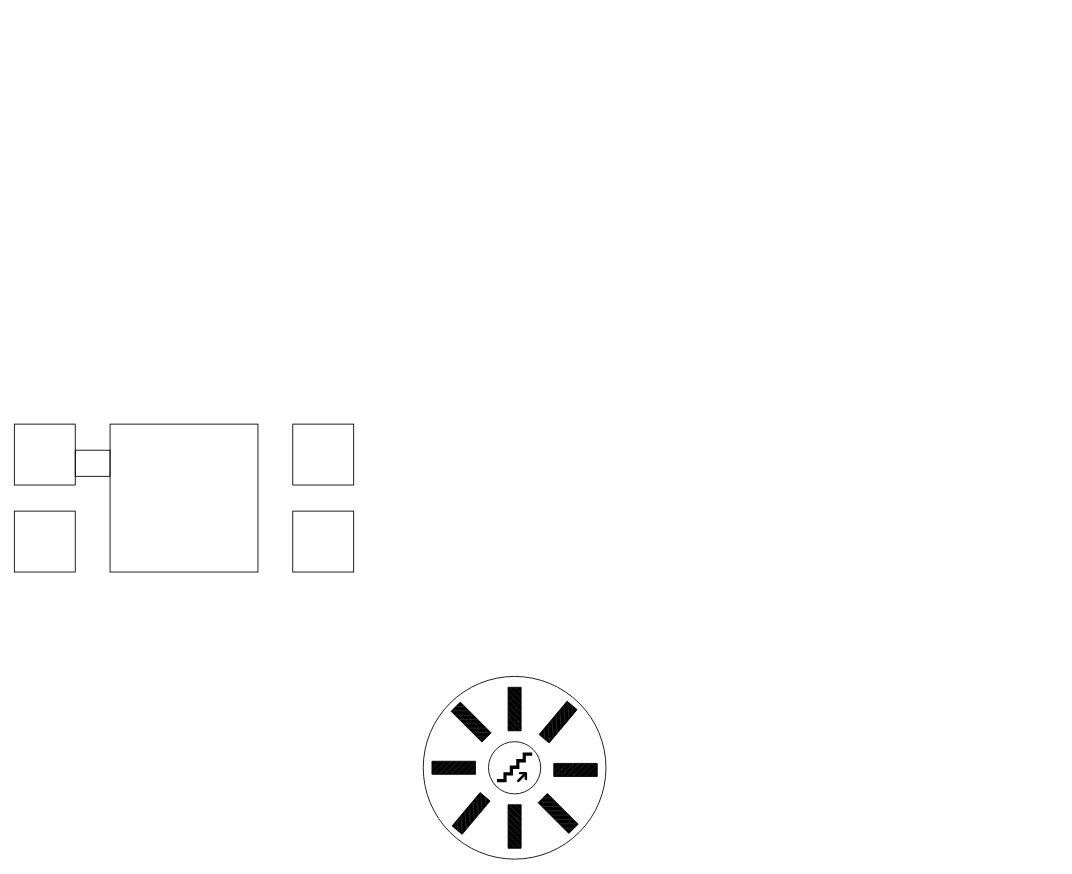
Earlier version of the draw.io diagram page "chappel" (2 of 2) of chappel.drawio (mazarak/games). Source tidied: cells renumbered, new cells numbered last; positions are measured from the earlier drawing's top-left corner, leaving out a move shared by most shapes. Both pictures are drawn from the tidied source at 87%, with x=0, y=0 at pixel (14, 424).
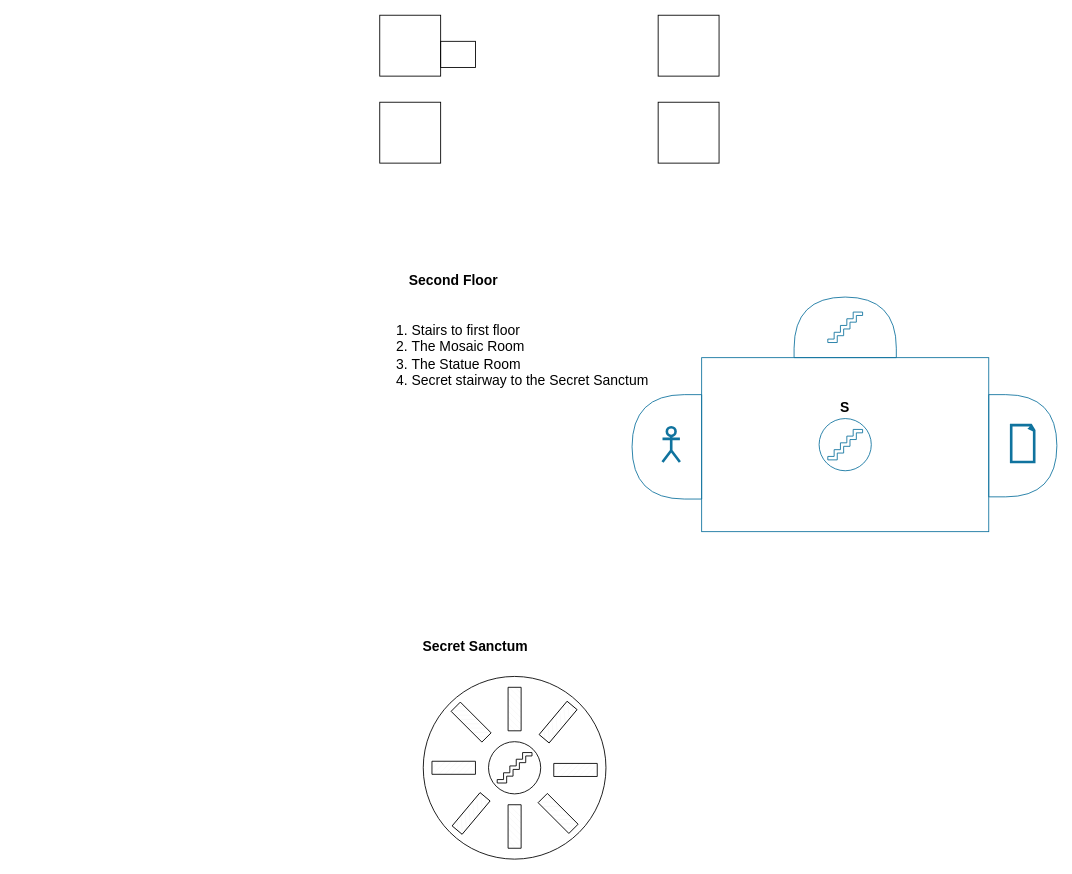
The same diagram, later.

Change to the diagram source:
```diff
@@
-    <mxCell id="2" style="whiteSpace=wrap;html=1;fillColor=none;" parent="1" vertex="1">
-      <mxGeometry x="110" width="170" height="170" as="geometry" />
-    </mxCell>
     <mxCell id="3" style="whiteSpace=wrap;html=1;fillColor=none;" parent="1" vertex="1">
-      <mxGeometry x="320" width="70" height="70" as="geometry" />
+      <mxGeometry x="740" y="-470" width="70" height="70" as="geometry" />
     </mxCell>
     <mxCell id="4" style="whiteSpace=wrap;html=1;fillColor=none;" parent="1" vertex="1">
-      <mxGeometry x="320" y="100" width="70" height="70" as="geometry" />
+      <mxGeometry x="740" y="-370" width="70" height="70" as="geometry" />
     </mxCell>
     <mxCell id="5" style="whiteSpace=wrap;html=1;fillColor=none;" parent="1" vertex="1">
-      <mxGeometry y="100" width="70" height="70" as="geometry" />
+      <mxGeometry x="420" y="-370" width="70" height="70" as="geometry" />
     </mxCell>
     <mxCell id="6" style="whiteSpace=wrap;html=1;fillColor=none;" parent="1" vertex="1">
-      <mxGeometry width="70" height="70" as="geometry" />
+      <mxGeometry x="420" y="-470" width="70" height="70" as="geometry" />
     </mxCell>
     <mxCell id="7" style="rounded=0;whiteSpace=wrap;html=1;fillColor=none;strokeColor=default;" parent="1" vertex="1">
-      <mxGeometry x="70" y="30" width="40" height="30" as="geometry" />
+      <mxGeometry x="490" y="-440" width="40" height="30" as="geometry" />
     </mxCell>
@@
-    <mxCell id="10" style="verticalLabelPosition=bottom;verticalAlign=top;html=1;shape=mxgraph.basic.patternFillRect;fillStyle=diag;step=5;fillStrokeWidth=0.2;fillStrokeColor=#dddddd;rotation=45;fillColor=#000000;" parent="1" vertex="1">
+    <mxCell id="10" style="verticalLabelPosition=bottom;verticalAlign=top;html=1;shape=mxgraph.basic.patternFillRect;fillStyle=diag;step=5;fillStrokeWidth=0.2;fillStrokeColor=#dddddd;rotation=45;" parent="1" vertex="1">
       <mxGeometry x="500" y="335" width="50" height="15" as="geometry" />
     </mxCell>
-    <mxCell id="11" style="verticalLabelPosition=bottom;verticalAlign=top;html=1;shape=mxgraph.basic.patternFillRect;fillStyle=diag;step=5;fillStrokeWidth=0.2;fillStrokeColor=#dddddd;rotation=45;fillColor=#000000;" parent="1" vertex="1">
+    <mxCell id="11" style="verticalLabelPosition=bottom;verticalAlign=top;html=1;shape=mxgraph.basic.patternFillRect;fillStyle=diag;step=5;fillStrokeWidth=0.2;fillStrokeColor=#dddddd;rotation=45;" parent="1" vertex="1">
       <mxGeometry x="600" y="440" width="50" height="15" as="geometry" />
     </mxCell>
-    <mxCell id="12" style="verticalLabelPosition=bottom;verticalAlign=top;html=1;shape=mxgraph.basic.patternFillRect;fillStyle=diag;step=5;fillStrokeWidth=0.2;fillStrokeColor=#dddddd;rotation=-230;fillColor=#000000;" parent="1" vertex="1">
+    <mxCell id="12" style="verticalLabelPosition=bottom;verticalAlign=top;html=1;shape=mxgraph.basic.patternFillRect;fillStyle=diag;step=5;fillStrokeWidth=0.2;fillStrokeColor=#dddddd;rotation=-230;" parent="1" vertex="1">
       <mxGeometry x="600" y="335" width="50" height="15" as="geometry" />
     </mxCell>
-    <mxCell id="13" style="verticalLabelPosition=bottom;verticalAlign=top;html=1;shape=mxgraph.basic.patternFillRect;fillStyle=diag;step=5;fillStrokeWidth=0.2;fillStrokeColor=#dddddd;rotation=90;fillColor=#000000;" parent="1" vertex="1">
+    <mxCell id="13" style="verticalLabelPosition=bottom;verticalAlign=top;html=1;shape=mxgraph.basic.patternFillRect;fillStyle=diag;step=5;fillStrokeWidth=0.2;fillStrokeColor=#dddddd;rotation=90;" parent="1" vertex="1">
       <mxGeometry x="550" y="320" width="50" height="15" as="geometry" />
     </mxCell>
-    <mxCell id="14" style="verticalLabelPosition=bottom;verticalAlign=top;html=1;shape=mxgraph.basic.patternFillRect;fillStyle=diag;step=5;fillStrokeWidth=0.2;fillStrokeColor=#dddddd;rotation=90;fillColor=#000000;" parent="1" vertex="1">
+    <mxCell id="14" style="verticalLabelPosition=bottom;verticalAlign=top;html=1;shape=mxgraph.basic.patternFillRect;fillStyle=diag;step=5;fillStrokeWidth=0.2;fillStrokeColor=#dddddd;rotation=90;" parent="1" vertex="1">
       <mxGeometry x="550" y="455" width="50" height="15" as="geometry" />
     </mxCell>
-    <mxCell id="15" style="verticalLabelPosition=bottom;verticalAlign=top;html=1;shape=mxgraph.basic.patternFillRect;fillStyle=diag;step=5;fillStrokeWidth=0.2;fillStrokeColor=#dddddd;rotation=-180;fillColor=#000000;" parent="1" vertex="1">
+    <mxCell id="15" style="verticalLabelPosition=bottom;verticalAlign=top;html=1;shape=mxgraph.basic.patternFillRect;fillStyle=diag;step=5;fillStrokeWidth=0.2;fillStrokeColor=#dddddd;rotation=-180;" parent="1" vertex="1">
       <mxGeometry x="480" y="387.5" width="50" height="15" as="geometry" />
     </mxCell>
-    <mxCell id="16" style="verticalLabelPosition=bottom;verticalAlign=top;html=1;shape=mxgraph.basic.patternFillRect;fillStyle=diag;step=5;fillStrokeWidth=0.2;fillStrokeColor=#dddddd;rotation=-180;fillColor=#000000;" parent="1" vertex="1">
+    <mxCell id="16" style="verticalLabelPosition=bottom;verticalAlign=top;html=1;shape=mxgraph.basic.patternFillRect;fillStyle=diag;step=5;fillStrokeWidth=0.2;fillStrokeColor=#dddddd;rotation=-180;" parent="1" vertex="1">
       <mxGeometry x="620" y="390" width="50" height="15" as="geometry" />
     </mxCell>
-    <mxCell id="17" style="verticalLabelPosition=bottom;verticalAlign=top;html=1;shape=mxgraph.basic.patternFillRect;fillStyle=diag;step=5;fillStrokeWidth=0.2;fillStrokeColor=#dddddd;rotation=-230;fillColor=#000000;" parent="1" vertex="1">
+    <mxCell id="17" style="verticalLabelPosition=bottom;verticalAlign=top;html=1;shape=mxgraph.basic.patternFillRect;fillStyle=diag;step=5;fillStrokeWidth=0.2;fillStrokeColor=#dddddd;rotation=-230;" parent="1" vertex="1">
       <mxGeometry x="500" y="440" width="50" height="15" as="geometry" />
     </mxCell>
-    <mxCell id="18" style="shape=mxgraph.signs.travel.upstairs;html=1;fillColor=#000000;strokeColor=none;verticalLabelPosition=bottom;verticalAlign=top;align=center;" parent="1" vertex="1">
-      <mxGeometry x="554.8" y="377.5" width="40.4" height="35" as="geometry" />
-    </mxCell>
+    <mxCell id="19" style="shape=mxgraph.signs.travel.stairs;html=1;verticalLabelPosition=bottom;verticalAlign=top;align=center;" parent="1" vertex="1">
+      <mxGeometry x="555" y="377.5" width="40" height="35" as="geometry" />
+    </mxCell>
+    <mxCell id="20" value="Secret Sanctum" style="text;strokeColor=none;align=center;fillColor=none;html=1;verticalAlign=middle;whiteSpace=wrap;rounded=0;fontSize=16;fontStyle=1;" parent="1" vertex="1">
+      <mxGeometry x="450" y="240" width="160" height="30" as="geometry" />
+    </mxCell>
+    <mxCell id="21" style="rounded=0;whiteSpace=wrap;html=1;strokeColor=#10739e;fillColor=none;" parent="1" vertex="1">
+      <mxGeometry x="790" y="-76.4" width="330" height="200" as="geometry" />
+    </mxCell>
+    <mxCell id="22" style="group;strokeColor=none;fillColor=none;" parent="1" vertex="1">
+      <mxGeometry x="925" y="-6.4" width="60" height="60" as="geometry" />
+    </mxCell>
+    <mxCell id="23" style="ellipse;whiteSpace=wrap;html=1;strokeColor=#10739e;fillColor=none;" parent="22" vertex="1">
+      <mxGeometry width="60" height="60" as="geometry" />
+    </mxCell>
+    <mxCell id="24" style="shape=mxgraph.signs.travel.stairs;html=1;verticalLabelPosition=bottom;verticalAlign=top;align=center;strokeColor=#10739e;fillColor=none;" parent="22" vertex="1">
+      <mxGeometry x="10" y="12.5" width="40" height="35" as="geometry" />
+    </mxCell>
+    <mxCell id="25" style="shape=delay;whiteSpace=wrap;html=1;strokeColor=#10739e;fillColor=none;" parent="1" vertex="1">
+      <mxGeometry x="1120" y="-33.9" width="78.3" height="117.5" as="geometry" />
+    </mxCell>
+    <mxCell id="26" style="shape=delay;whiteSpace=wrap;html=1;rotation=-180;strokeColor=#10739e;fillColor=none;" parent="1" vertex="1">
+      <mxGeometry x="710" y="-33.9" width="80" height="120" as="geometry" />
+    </mxCell>
+    <mxCell id="27" style="shape=delay;whiteSpace=wrap;html=1;rotation=-90;strokeColor=#10739e;fillColor=none;" parent="1" vertex="1">
+      <mxGeometry x="920.2" y="-170" width="69.6" height="117.5" as="geometry" />
+    </mxCell>
+    <mxCell id="28" style="shape=mxgraph.signs.travel.stairs;html=1;verticalLabelPosition=bottom;verticalAlign=top;align=center;strokeColor=#10739e;fillColor=none;" parent="1" vertex="1">
+      <mxGeometry x="935" y="-128.8" width="40" height="35" as="geometry" />
+    </mxCell>
+    <mxCell id="29" value="&lt;font style=&quot;font-size: 16px;&quot;&gt;&lt;b&gt;S&lt;/b&gt;&lt;/font&gt;" style="text;strokeColor=none;align=center;fillColor=none;html=1;verticalAlign=middle;whiteSpace=wrap;rounded=0;" parent="1" vertex="1">
+      <mxGeometry x="925" y="-33.9" width="60" height="30" as="geometry" />
+    </mxCell>
+    <mxCell id="30" style="shape=umlActor;verticalLabelPosition=bottom;verticalAlign=top;html=1;strokeWidth=3;strokeColor=#10739e;fillColor=none;" parent="1" vertex="1">
+      <mxGeometry x="745" y="3.6" width="20" height="40" as="geometry" />
+    </mxCell>
+    <mxCell id="31" style="whiteSpace=wrap;html=1;shape=mxgraph.basic.document;strokeWidth=3;strokeColor=#10739e;fillColor=none;" parent="1" vertex="1">
+      <mxGeometry x="1145.8" y="1.1" width="26.7" height="42.5" as="geometry" />
+    </mxCell>
+    <mxCell id="32" value="Second Floor" style="text;strokeColor=none;align=center;fillColor=none;html=1;verticalAlign=middle;whiteSpace=wrap;rounded=0;fontSize=16;fontStyle=1;" parent="1" vertex="1">
+      <mxGeometry x="425" y="-180" width="160" height="30" as="geometry" />
+    </mxCell>
+    <mxCell id="33" value="&lt;ol&gt;&lt;li align=&quot;left&quot;&gt;Stairs to first floor&lt;/li&gt;&lt;li align=&quot;left&quot;&gt;The Mosaic Room&lt;/li&gt;&lt;li align=&quot;left&quot;&gt;The Statue Room&lt;/li&gt;&lt;li align=&quot;left&quot;&gt;Secret stairway to the Secret Sanctum&lt;br&gt;&lt;/li&gt;&lt;/ol&gt;" style="text;strokeColor=none;align=left;fillColor=none;html=1;verticalAlign=middle;whiteSpace=wrap;rounded=0;fontSize=16;" parent="1" vertex="1">
+      <mxGeometry x="415" y="-140" width="315" height="122.4" as="geometry" />
+    </mxCell>
```
